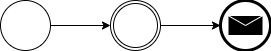
dkorolev13/test_drawio keeps this draw.io diagram as BPMN.png. Above is the earlier version. Source tidied: cells renumbered, new cells last; positions are measured from the earlier drawing's top-left corner, leaving out a move shared by most shapes.
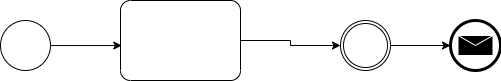
Above is the later version.

What changed in the source:
```diff
@@ -2,11 +2,11 @@
   <root>
     <mxCell id="0" />
     <mxCell id="1" parent="0" />
-    <mxCell id="2" style="edgeStyle=orthogonalEdgeStyle;rounded=0;jettySize=auto;html=1;" parent="1" edge="1" source="3" target="5">
-      <mxGeometry relative="1" as="geometry" />
-    </mxCell>
+    <mxCell id="7" style="edgeStyle=orthogonalEdgeStyle;rounded=0;jettySize=auto;html=1;entryX=0.011;entryY=0.563;entryDx=0;entryDy=0;entryPerimeter=0;" parent="1" edge="1" source="3" target="9">
+      <mxGeometry relative="1" as="geometry" />
+    </mxCell>
     <mxCell id="3" style="points=[[0.145,0.145,0],[0.5,0,0],[0.855,0.145,0],[1,0.5,0],[0.855,0.855,0],[0.5,1,0],[0.145,0.855,0],[0,0.5,0]];shape=mxgraph.bpmn.event;html=1;verticalLabelPosition=bottom;labelBackgroundColor=#ffffff;verticalAlign=top;align=center;perimeter=ellipsePerimeter;outlineConnect=0;outline=standard;symbol=general;" parent="1" vertex="1">
-      <mxGeometry width="50" height="50" as="geometry" />
+      <mxGeometry x="-230" width="50" height="50" as="geometry" />
     </mxCell>
     <mxCell id="4" style="edgeStyle=orthogonalEdgeStyle;rounded=0;jettySize=auto;html=1;" parent="1" edge="1" source="5" target="6">
       <mxGeometry relative="1" as="geometry" />
@@ -17,5 +17,11 @@
     <mxCell id="6" style="points=[[0.145,0.145,0],[0.5,0,0],[0.855,0.145,0],[1,0.5,0],[0.855,0.855,0],[0.5,1,0],[0.145,0.855,0],[0,0.5,0]];shape=mxgraph.bpmn.event;html=1;verticalLabelPosition=bottom;labelBackgroundColor=#ffffff;verticalAlign=top;align=center;perimeter=ellipsePerimeter;outlineConnect=0;outline=end;symbol=message;" parent="1" vertex="1">
       <mxGeometry x="220" width="50" height="50" as="geometry" />
     </mxCell>
+    <mxCell id="8" style="edgeStyle=orthogonalEdgeStyle;rounded=0;jettySize=auto;html=1;" parent="1" edge="1" source="9" target="5">
+      <mxGeometry relative="1" as="geometry" />
+    </mxCell>
+    <mxCell id="9" style="points=[[0.25,0,0],[0.5,0,0],[0.75,0,0],[1,0.25,0],[1,0.5,0],[1,0.75,0],[0.75,1,0],[0.5,1,0],[0.25,1,0],[0,0.75,0],[0,0.5,0],[0,0.25,0]];shape=mxgraph.bpmn.task;whiteSpace=wrap;rectStyle=rounded;size=10;html=1;taskMarker=abstract;" parent="1" vertex="1">
+      <mxGeometry x="-110" y="-20" width="120" height="80" as="geometry" />
+    </mxCell>
   </root>
 </mxGraphModel>
```
